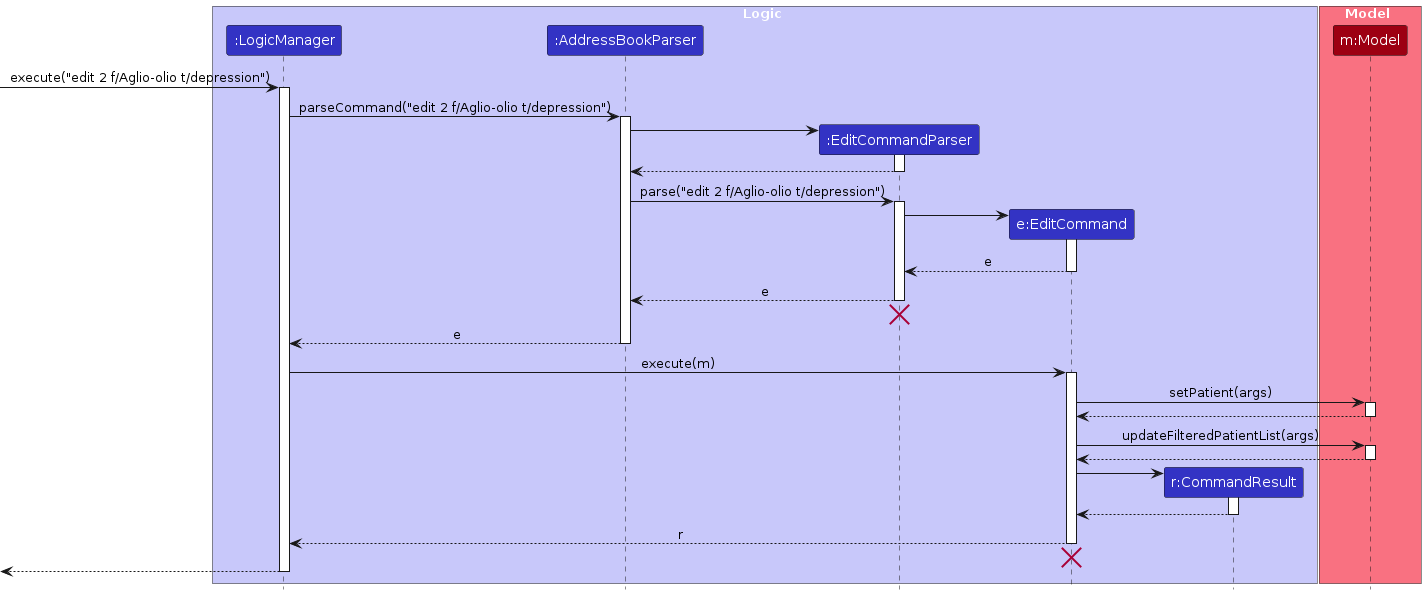
This is diagrams/EditSequenceDiagram.png from NeoHW/tp, a PlantUML export, as it was before one commit. Its source is kept beside it as diagrams/EditSequenceDiagram.puml. Its diagram source:
```plantuml
@startuml
!include style.puml
skinparam ArrowFontStyle plain

box Logic LOGIC_COLOR_T1
participant ":LogicManager" as LogicManager LOGIC_COLOR
participant ":AddressBookParser" as AddressBookParser LOGIC_COLOR
participant ":EditCommandParser" as EditCommandParser LOGIC_COLOR
participant "e:EditCommand" as EditCommand LOGIC_COLOR
participant "r:CommandResult" as CommandResult LOGIC_COLOR
end box

box Model MODEL_COLOR_T1
participant "m:Model" as Model MODEL_COLOR
end box

[-> LogicManager : execute("edit 2 f/Aglio-olio t/depression")
activate LogicManager

LogicManager -> AddressBookParser : parseCommand("edit 2 f/Aglio-olio t/depression")
activate AddressBookParser

create EditCommandParser
AddressBookParser -> EditCommandParser
activate EditCommandParser

EditCommandParser --> AddressBookParser
deactivate EditCommandParser

AddressBookParser -> EditCommandParser : parse("edit 2 f/Aglio-olio t/depression")
activate EditCommandParser

Create EditCommand
EditCommandParser -> EditCommand
activate EditCommand

EditCommand --> EditCommandParser : e
deactivate EditCommand

EditCommandParser --> AddressBookParser : e
deactivate EditCommandParser
EditCommandParser -[hidden]-> AddressBookParser
destroy EditCommandParser

AddressBookParser --> LogicManager : e
deactivate AddressBookParser

LogicManager -> EditCommand : execute(m)
activate EditCommand

EditCommand -> Model : setPatient(args)
activate Model

Model --> EditCommand
deactivate Model

EditCommand -> Model : updateFilteredPatientList(args)
activate Model

Model --> EditCommand
deactivate Model

create CommandResult
EditCommand -> CommandResult
activate CommandResult

CommandResult --> EditCommand
deactivate CommandResult

EditCommand --> LogicManager : r
deactivate EditCommand

EditCommand -[hidden]-> AddressBookParser
destroy EditCommand

[<--LogicManager
deactivate LogicManager

@enduml
```
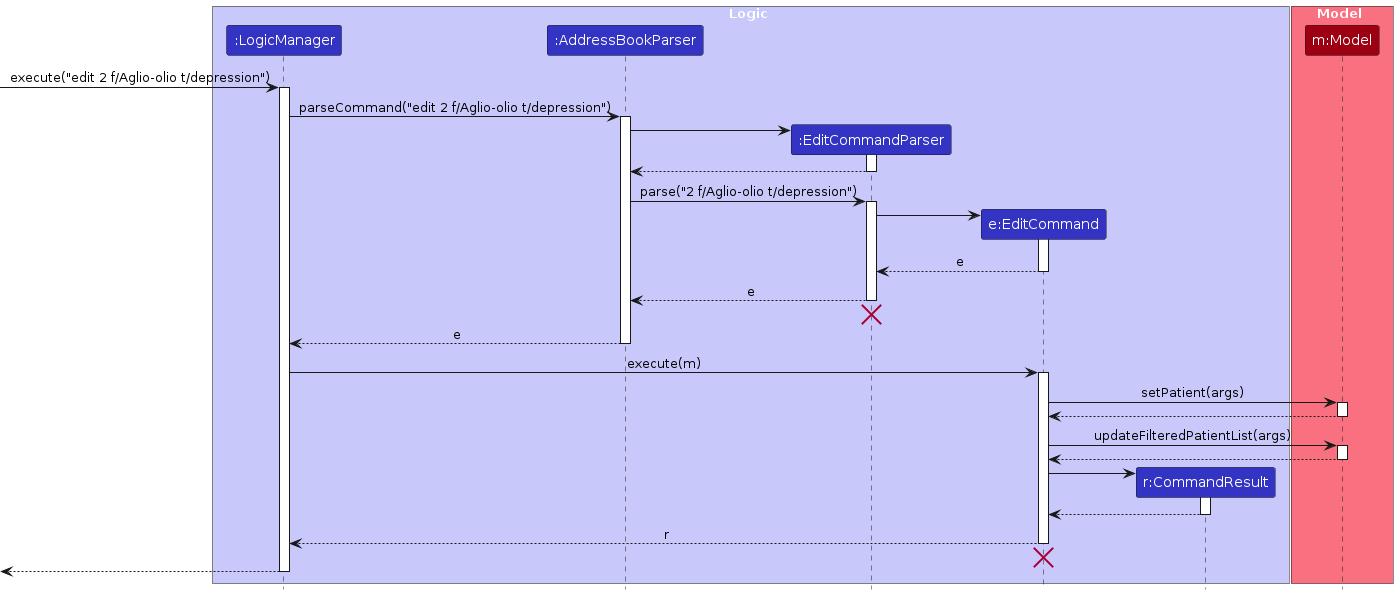
Later version of the same file.

Diff of the diagram source:
```diff
@@ -27,7 +27,7 @@
 EditCommandParser --> AddressBookParser
 deactivate EditCommandParser
 
-AddressBookParser -> EditCommandParser : parse("edit 2 f/Aglio-olio t/depression")
+AddressBookParser -> EditCommandParser : parse("2 f/Aglio-olio t/depression")
 activate EditCommandParser
 
 Create EditCommand
```
